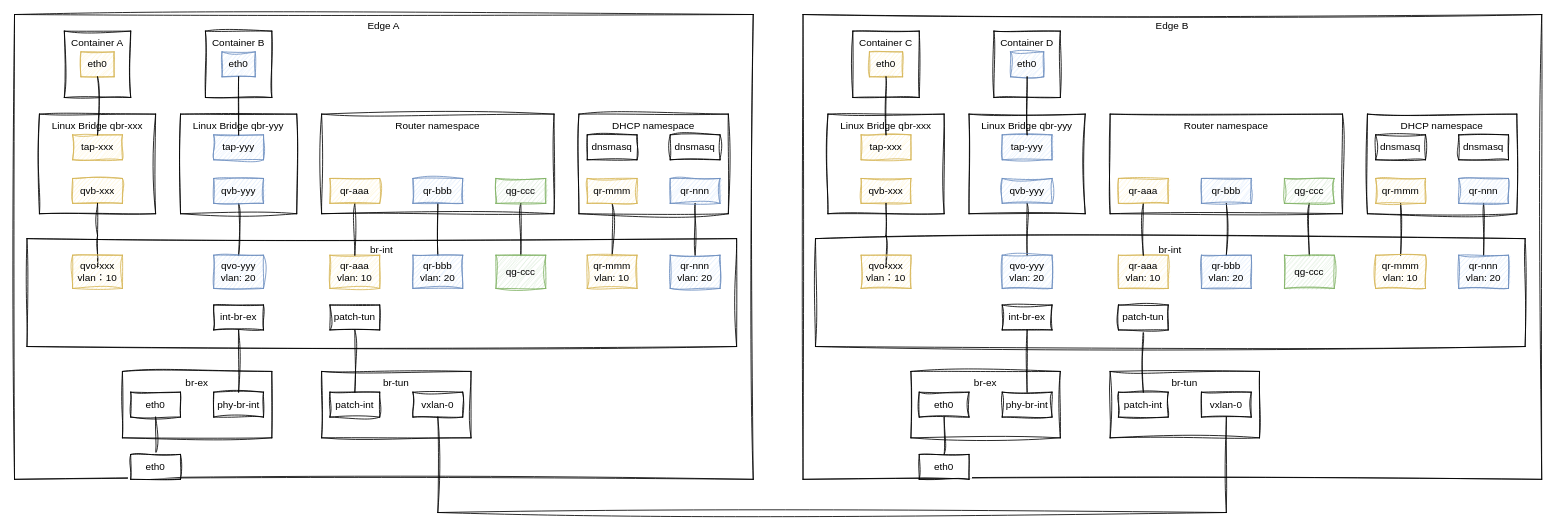
Earlier version of the draw.io diagram page "多节点跨子网" (4 of 5) of 网络虚拟化v2.drawio (wangkuntian/draw). Source tidied: cells renumbered, new cells numbered last; positions are measured from the earlier drawing's top-left corner, leaving out a move shared by most shapes. Both pictures are drawn from the tidied source at 83%, with x=0, y=0 at pixel (14, 14).
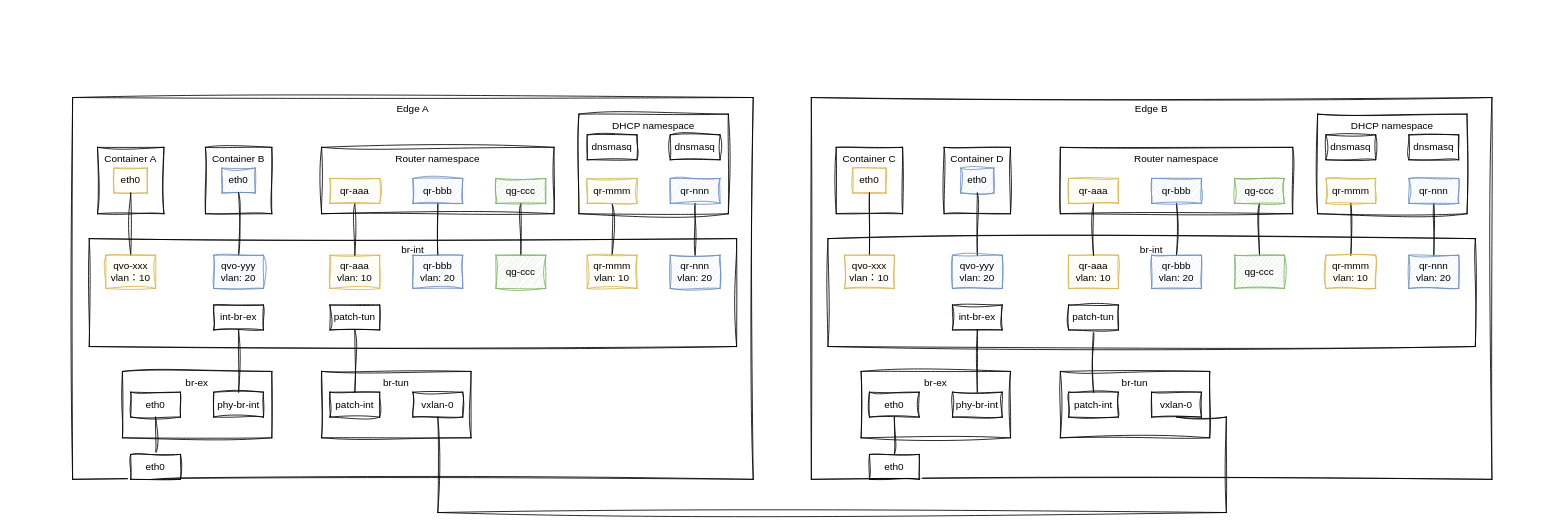
The same page after the edit.

The change refers to these unchanged cells:
```xml
<mxCell id="38" value="qvo-yyy&lt;br&gt;vlan: 20" style="rounded=0;whiteSpace=wrap;html=1;sketch=1;curveFitting=1;jiggle=2;fillColor=#dae8fc;strokeColor=#6c8ebf;" parent="1" vertex="1">
  <mxGeometry x="240" y="290" width="60" height="40" as="geometry" />
</mxCell>
```

Change to the diagram source:
```diff
@@
     <mxCell id="2" value="Edge A" style="rounded=0;whiteSpace=wrap;html=1;verticalAlign=top;sketch=1;curveFitting=1;jiggle=2;fillColor=none;" parent="1" vertex="1">
-      <mxGeometry width="890" height="560" as="geometry" />
+      <mxGeometry x="70" y="100" width="820" height="460" as="geometry" />
     </mxCell>
     <mxCell id="3" value="Container A" style="whiteSpace=wrap;html=1;verticalAlign=top;strokeColor=default;align=center;fontFamily=Helvetica;fontSize=12;fontColor=default;fillColor=none;sketch=1;curveFitting=1;jiggle=2;" parent="1" vertex="1">
-      <mxGeometry x="60" y="20" width="80" height="80" as="geometry" />
+      <mxGeometry x="100" y="160" width="80" height="80" as="geometry" />
     </mxCell>
     <mxCell id="4" value="eth0" style="rounded=0;whiteSpace=wrap;html=1;sketch=1;curveFitting=1;jiggle=2;fillColor=#fff2cc;strokeColor=#d6b656;" parent="1" vertex="1">
-      <mxGeometry x="80" y="45" width="40" height="30" as="geometry" />
+      <mxGeometry x="120" y="185" width="40" height="30" as="geometry" />
     </mxCell>
-    <mxCell id="5" value="Linux Bridge qbr-xxx" style="rounded=0;whiteSpace=wrap;html=1;verticalAlign=top;sketch=1;curveFitting=1;jiggle=2;fillColor=none;" parent="1" vertex="1">
-      <mxGeometry x="30" y="120" width="140" height="120" as="geometry" />
-    </mxCell>
-    <mxCell id="6" value="tap-xxx" style="rounded=0;whiteSpace=wrap;html=1;sketch=1;curveFitting=1;jiggle=2;fillColor=#fff2cc;strokeColor=#d6b656;" parent="1" vertex="1">
-      <mxGeometry x="70" y="145" width="60" height="30" as="geometry" />
-    </mxCell>
-    <mxCell id="7" value="qvb-xxx" style="rounded=0;whiteSpace=wrap;html=1;sketch=1;curveFitting=1;jiggle=2;fillColor=#fff2cc;strokeColor=#d6b656;" parent="1" vertex="1">
-      <mxGeometry x="70" y="197.5" width="60" height="30" as="geometry" />
-    </mxCell>
     <mxCell id="8" value="br-int" style="rounded=0;whiteSpace=wrap;html=1;verticalAlign=top;sketch=1;curveFitting=1;jiggle=2;fillColor=none;" parent="1" vertex="1">
-      <mxGeometry x="15" y="270" width="855" height="130" as="geometry" />
+      <mxGeometry x="90" y="270" width="780" height="130" as="geometry" />
     </mxCell>
@@
     <mxCell id="15" value="Router namespace" style="rounded=0;whiteSpace=wrap;html=1;verticalAlign=top;sketch=1;curveFitting=1;jiggle=2;fillColor=none;" parent="1" vertex="1">
-      <mxGeometry x="370" y="120" width="280" height="120" as="geometry" />
+      <mxGeometry x="370" y="160" width="280" height="80" as="geometry" />
     </mxCell>
@@
-    <mxCell id="24" style="rounded=0;jettySize=auto;html=1;endArrow=none;endFill=1;startFill=0;edgeStyle=orthogonalEdgeStyle;sketch=1;curveFitting=1;jiggle=2;" parent="1" edge="1" source="4" target="6">
-      <mxGeometry relative="1" as="geometry" />
-    </mxCell>
-    <mxCell id="25" style="edgeStyle=orthogonalEdgeStyle;rounded=0;jettySize=auto;html=1;entryX=0.5;entryY=0;entryDx=0;entryDy=0;endArrow=none;startFill=0;sketch=1;curveFitting=1;jiggle=2;" parent="1" edge="1" source="7">
-      <mxGeometry relative="1" as="geometry">
-        <mxPoint x="100" y="305" as="targetPoint" />
-      </mxGeometry>
+    <mxCell id="25" style="edgeStyle=orthogonalEdgeStyle;rounded=0;jettySize=auto;html=1;entryX=0.5;entryY=0;entryDx=0;entryDy=0;endArrow=none;startFill=0;sketch=1;curveFitting=1;jiggle=2;exitX=0.5;exitY=1;exitDx=0;exitDy=0;" parent="1" edge="1" source="4" target="37">
+      <mxGeometry relative="1" as="geometry" />
     </mxCell>
@@
     <mxCell id="30" value="Container B" style="whiteSpace=wrap;html=1;verticalAlign=top;strokeColor=default;align=center;fontFamily=Helvetica;fontSize=12;fontColor=default;fillColor=none;sketch=1;curveFitting=1;jiggle=2;" parent="1" vertex="1">
-      <mxGeometry x="230" y="20" width="80" height="80" as="geometry" />
+      <mxGeometry x="230" y="160" width="80" height="80" as="geometry" />
     </mxCell>
     <mxCell id="31" value="eth0" style="rounded=0;whiteSpace=wrap;html=1;sketch=1;curveFitting=1;jiggle=2;fillColor=#dae8fc;strokeColor=#6c8ebf;" parent="1" vertex="1">
-      <mxGeometry x="250" y="45" width="40" height="30" as="geometry" />
+      <mxGeometry x="250" y="185" width="40" height="30" as="geometry" />
     </mxCell>
-    <mxCell id="32" value="Linux Bridge qbr-yyy" style="rounded=0;whiteSpace=wrap;html=1;verticalAlign=top;sketch=1;curveFitting=1;jiggle=2;fillColor=none;" parent="1" vertex="1">
-      <mxGeometry x="200" y="120" width="140" height="120" as="geometry" />
-    </mxCell>
-    <mxCell id="33" value="tap-yyy" style="rounded=0;whiteSpace=wrap;html=1;sketch=1;curveFitting=1;jiggle=2;fillColor=#dae8fc;strokeColor=#6c8ebf;" parent="1" vertex="1">
-      <mxGeometry x="240" y="145" width="60" height="30" as="geometry" />
-    </mxCell>
-    <mxCell id="34" style="edgeStyle=orthogonalEdgeStyle;rounded=0;jettySize=auto;html=1;endArrow=none;startFill=0;sketch=1;curveFitting=1;jiggle=2;" parent="1" edge="1" source="35" target="38">
+    <mxCell id="34" style="edgeStyle=orthogonalEdgeStyle;rounded=0;jettySize=auto;html=1;endArrow=none;startFill=0;sketch=1;curveFitting=1;jiggle=2;exitX=0.5;exitY=1;exitDx=0;exitDy=0;" parent="1" edge="1" source="31" target="38">
       <mxGeometry relative="1" as="geometry" />
     </mxCell>
-    <mxCell id="35" value="qvb-yyy" style="rounded=0;whiteSpace=wrap;html=1;sketch=1;curveFitting=1;jiggle=2;fillColor=#dae8fc;strokeColor=#6c8ebf;" parent="1" vertex="1">
-      <mxGeometry x="240" y="197.5" width="60" height="30" as="geometry" />
-    </mxCell>
-    <mxCell id="36" style="rounded=0;jettySize=auto;html=1;endArrow=none;endFill=1;startFill=0;edgeStyle=orthogonalEdgeStyle;sketch=1;curveFitting=1;jiggle=2;" parent="1" edge="1" source="31" target="33">
-      <mxGeometry relative="1" as="geometry" />
-    </mxCell>
     <mxCell id="37" value="qvo-xxx&lt;br&gt;vlan：10" style="rounded=0;whiteSpace=wrap;html=1;sketch=1;curveFitting=1;jiggle=2;fillColor=#fff2cc;strokeColor=#d6b656;" parent="1" vertex="1">
-      <mxGeometry x="70" y="290" width="60" height="40" as="geometry" />
+      <mxGeometry x="110" y="290" width="60" height="40" as="geometry" />
     </mxCell>
@@
     <mxCell id="51" value="Edge B" style="rounded=0;whiteSpace=wrap;html=1;verticalAlign=top;sketch=1;curveFitting=1;jiggle=2;fillColor=none;" parent="1" vertex="1">
-      <mxGeometry x="950" width="890" height="560" as="geometry" />
+      <mxGeometry x="960" y="100" width="820" height="460" as="geometry" />
     </mxCell>
     <mxCell id="52" value="Container C" style="whiteSpace=wrap;html=1;verticalAlign=top;strokeColor=default;align=center;fontFamily=Helvetica;fontSize=12;fontColor=default;fillColor=none;sketch=1;curveFitting=1;jiggle=2;" parent="1" vertex="1">
-      <mxGeometry x="1010" y="20" width="80" height="80" as="geometry" />
+      <mxGeometry x="990" y="160" width="80" height="80" as="geometry" />
     </mxCell>
     <mxCell id="53" value="eth0" style="rounded=0;whiteSpace=wrap;html=1;sketch=1;curveFitting=1;jiggle=2;fillColor=#fff2cc;strokeColor=#d6b656;" parent="1" vertex="1">
-      <mxGeometry x="1030" y="45" width="40" height="30" as="geometry" />
+      <mxGeometry x="1010" y="185" width="40" height="30" as="geometry" />
     </mxCell>
-    <mxCell id="54" value="Linux Bridge qbr-xxx" style="rounded=0;whiteSpace=wrap;html=1;verticalAlign=top;sketch=1;curveFitting=1;jiggle=2;fillColor=none;" parent="1" vertex="1">
-      <mxGeometry x="980" y="120" width="140" height="120" as="geometry" />
-    </mxCell>
-    <mxCell id="55" value="tap-xxx" style="rounded=0;whiteSpace=wrap;html=1;sketch=1;curveFitting=1;jiggle=2;fillColor=#fff2cc;strokeColor=#d6b656;" parent="1" vertex="1">
-      <mxGeometry x="1020" y="145" width="60" height="30" as="geometry" />
-    </mxCell>
-    <mxCell id="56" value="qvb-xxx" style="rounded=0;whiteSpace=wrap;html=1;sketch=1;curveFitting=1;jiggle=2;fillColor=#fff2cc;strokeColor=#d6b656;" parent="1" vertex="1">
-      <mxGeometry x="1020" y="197.5" width="60" height="30" as="geometry" />
-    </mxCell>
     <mxCell id="57" value="br-int" style="rounded=0;whiteSpace=wrap;html=1;verticalAlign=top;sketch=1;curveFitting=1;jiggle=2;fillColor=none;" parent="1" vertex="1">
-      <mxGeometry x="965" y="270" width="855" height="130" as="geometry" />
+      <mxGeometry x="980" y="270" width="780" height="130" as="geometry" />
     </mxCell>
     <mxCell id="58" value="DHCP namespace" style="rounded=0;whiteSpace=wrap;html=1;verticalAlign=top;sketch=1;curveFitting=1;jiggle=2;fillColor=none;" parent="1" vertex="1">
-      <mxGeometry x="1630" y="120" width="180" height="120" as="geometry" />
+      <mxGeometry x="1570" y="120" width="180" height="120" as="geometry" />
     </mxCell>
@@
     <mxCell id="60" value="qr-mmm" style="rounded=0;whiteSpace=wrap;html=1;sketch=1;curveFitting=1;jiggle=2;fillColor=#fff2cc;strokeColor=#d6b656;" parent="1" vertex="1">
-      <mxGeometry x="1640" y="197.5" width="60" height="30" as="geometry" />
+      <mxGeometry x="1580" y="197.5" width="60" height="30" as="geometry" />
     </mxCell>
     <mxCell id="61" value="qr-aaa&lt;div&gt;vlan: 10&lt;/div&gt;" style="rounded=0;whiteSpace=wrap;html=1;sketch=1;curveFitting=1;jiggle=2;fillColor=#fff2cc;strokeColor=#d6b656;" parent="1" vertex="1">
-      <mxGeometry x="1330" y="290" width="60" height="40" as="geometry" />
+      <mxGeometry x="1270" y="290" width="60" height="40" as="geometry" />
     </mxCell>
     <mxCell id="62" value="qr-mmm&lt;br&gt;vlan: 10" style="rounded=0;whiteSpace=wrap;html=1;sketch=1;curveFitting=1;jiggle=2;fillColor=#fff2cc;strokeColor=#d6b656;" parent="1" vertex="1">
-      <mxGeometry x="1640" y="290" width="60" height="40" as="geometry" />
+      <mxGeometry x="1580" y="290" width="60" height="40" as="geometry" />
     </mxCell>
     <mxCell id="63" value="dnsmasq" style="rounded=0;whiteSpace=wrap;html=1;sketch=1;curveFitting=1;jiggle=2;" parent="1" vertex="1">
-      <mxGeometry x="1640" y="145" width="60" height="30" as="geometry" />
+      <mxGeometry x="1580" y="145" width="60" height="30" as="geometry" />
     </mxCell>
     <mxCell id="64" value="Router namespace" style="rounded=0;whiteSpace=wrap;html=1;verticalAlign=top;sketch=1;curveFitting=1;jiggle=2;fillColor=none;" parent="1" vertex="1">
-      <mxGeometry x="1320" y="120" width="280" height="120" as="geometry" />
+      <mxGeometry x="1260" y="160" width="280" height="80" as="geometry" />
     </mxCell>
@@
     <mxCell id="66" value="qr-aaa" style="rounded=0;whiteSpace=wrap;html=1;sketch=1;curveFitting=1;jiggle=2;fillColor=#fff2cc;strokeColor=#d6b656;" parent="1" vertex="1">
-      <mxGeometry x="1330" y="197.5" width="60" height="30" as="geometry" />
+      <mxGeometry x="1270" y="197.5" width="60" height="30" as="geometry" />
     </mxCell>
@@
     <mxCell id="68" value="br-tun&lt;div&gt;&lt;br&gt;&lt;/div&gt;" style="rounded=0;whiteSpace=wrap;html=1;verticalAlign=top;sketch=1;curveFitting=1;jiggle=2;fillColor=none;" parent="1" vertex="1">
-      <mxGeometry x="1320" y="430" width="180" height="80" as="geometry" />
+      <mxGeometry x="1260" y="430" width="180" height="80" as="geometry" />
     </mxCell>
     <mxCell id="69" value="br-ex&lt;div&gt;&lt;br&gt;&lt;/div&gt;" style="rounded=0;whiteSpace=wrap;html=1;verticalAlign=top;sketch=1;curveFitting=1;jiggle=2;fillColor=none;" parent="1" vertex="1">
-      <mxGeometry x="1080" y="430" width="180" height="80" as="geometry" />
+      <mxGeometry x="1020" y="430" width="180" height="80" as="geometry" />
     </mxCell>
     <mxCell id="70" value="eth0" style="rounded=0;whiteSpace=wrap;html=1;sketch=1;curveFitting=1;jiggle=2;" parent="1" vertex="1">
-      <mxGeometry x="1090" y="455" width="60" height="30" as="geometry" />
+      <mxGeometry x="1030" y="455" width="60" height="30" as="geometry" />
     </mxCell>
     <mxCell id="71" value="patch-int" style="rounded=0;whiteSpace=wrap;html=1;sketch=1;curveFitting=1;jiggle=2;" parent="1" vertex="1">
-      <mxGeometry x="1330" y="455" width="60" height="30" as="geometry" />
+      <mxGeometry x="1270" y="455" width="60" height="30" as="geometry" />
     </mxCell>
     <mxCell id="72" value="phy-br-int" style="rounded=0;whiteSpace=wrap;html=1;sketch=1;curveFitting=1;jiggle=2;" parent="1" vertex="1">
-      <mxGeometry x="1190" y="455" width="60" height="30" as="geometry" />
+      <mxGeometry x="1130" y="455" width="60" height="30" as="geometry" />
     </mxCell>
-    <mxCell id="73" style="rounded=0;jettySize=auto;html=1;endArrow=none;endFill=1;startFill=0;edgeStyle=orthogonalEdgeStyle;sketch=1;curveFitting=1;jiggle=2;" parent="1" edge="1" source="53" target="55">
-      <mxGeometry relative="1" as="geometry" />
-    </mxCell>
-    <mxCell id="74" style="edgeStyle=orthogonalEdgeStyle;rounded=0;jettySize=auto;html=1;entryX=0.5;entryY=0;entryDx=0;entryDy=0;endArrow=none;startFill=0;sketch=1;curveFitting=1;jiggle=2;" parent="1" edge="1" source="56">
-      <mxGeometry relative="1" as="geometry">
-        <mxPoint x="1050" y="305" as="targetPoint" />
-      </mxGeometry>
+    <mxCell id="74" style="edgeStyle=orthogonalEdgeStyle;rounded=0;jettySize=auto;html=1;entryX=0.5;entryY=0;entryDx=0;entryDy=0;endArrow=none;startFill=0;sketch=1;curveFitting=1;jiggle=2;exitX=0.5;exitY=1;exitDx=0;exitDy=0;" parent="1" edge="1" source="53" target="86">
+      <mxGeometry relative="1" as="geometry" />
     </mxCell>
     <mxCell id="75" value="qr-bbb&lt;div&gt;vlan: 20&lt;/div&gt;" style="rounded=0;whiteSpace=wrap;html=1;sketch=1;curveFitting=1;jiggle=2;fillColor=#dae8fc;strokeColor=#6c8ebf;" parent="1" vertex="1">
-      <mxGeometry x="1430" y="290" width="60" height="40" as="geometry" />
+      <mxGeometry x="1370" y="290" width="60" height="40" as="geometry" />
     </mxCell>
@@
     <mxCell id="77" value="eth0" style="rounded=0;whiteSpace=wrap;html=1;sketch=1;curveFitting=1;jiggle=2;" parent="1" vertex="1">
-      <mxGeometry x="1090" y="530" width="60" height="30" as="geometry" />
+      <mxGeometry x="1030" y="530" width="60" height="30" as="geometry" />
     </mxCell>
     <mxCell id="78" value="vxlan-0" style="rounded=0;whiteSpace=wrap;html=1;sketch=1;curveFitting=1;jiggle=2;" parent="1" vertex="1">
-      <mxGeometry x="1430" y="455" width="60" height="30" as="geometry" />
+      <mxGeometry x="1370" y="455" width="60" height="30" as="geometry" />
     </mxCell>
     <mxCell id="79" value="Container D" style="whiteSpace=wrap;html=1;verticalAlign=top;strokeColor=default;align=center;fontFamily=Helvetica;fontSize=12;fontColor=default;fillColor=none;sketch=1;curveFitting=1;jiggle=2;" parent="1" vertex="1">
-      <mxGeometry x="1180" y="20" width="80" height="80" as="geometry" />
+      <mxGeometry x="1120" y="160" width="80" height="80" as="geometry" />
     </mxCell>
     <mxCell id="80" value="eth0" style="rounded=0;whiteSpace=wrap;html=1;sketch=1;curveFitting=1;jiggle=2;fillColor=#dae8fc;strokeColor=#6c8ebf;" parent="1" vertex="1">
-      <mxGeometry x="1200" y="45" width="40" height="30" as="geometry" />
+      <mxGeometry x="1140" y="185" width="40" height="30" as="geometry" />
     </mxCell>
-    <mxCell id="81" value="Linux Bridge qbr-yyy" style="rounded=0;whiteSpace=wrap;html=1;verticalAlign=top;sketch=1;curveFitting=1;jiggle=2;fillColor=none;" parent="1" vertex="1">
-      <mxGeometry x="1150" y="120" width="140" height="120" as="geometry" />
-    </mxCell>
-    <mxCell id="82" value="tap-yyy" style="rounded=0;whiteSpace=wrap;html=1;sketch=1;curveFitting=1;jiggle=2;fillColor=#dae8fc;strokeColor=#6c8ebf;" parent="1" vertex="1">
-      <mxGeometry x="1190" y="145" width="60" height="30" as="geometry" />
-    </mxCell>
-    <mxCell id="83" style="edgeStyle=orthogonalEdgeStyle;rounded=0;jettySize=auto;html=1;endArrow=none;startFill=0;sketch=1;curveFitting=1;jiggle=2;" parent="1" edge="1" source="84" target="87">
+    <mxCell id="83" style="edgeStyle=orthogonalEdgeStyle;rounded=0;jettySize=auto;html=1;endArrow=none;startFill=0;sketch=1;curveFitting=1;jiggle=2;exitX=0.5;exitY=1;exitDx=0;exitDy=0;" parent="1" edge="1" source="80" target="87">
       <mxGeometry relative="1" as="geometry" />
     </mxCell>
-    <mxCell id="84" value="qvb-yyy" style="rounded=0;whiteSpace=wrap;html=1;sketch=1;curveFitting=1;jiggle=2;fillColor=#dae8fc;strokeColor=#6c8ebf;" parent="1" vertex="1">
-      <mxGeometry x="1190" y="197.5" width="60" height="30" as="geometry" />
-    </mxCell>
-    <mxCell id="85" style="rounded=0;jettySize=auto;html=1;endArrow=none;endFill=1;startFill=0;edgeStyle=orthogonalEdgeStyle;sketch=1;curveFitting=1;jiggle=2;" parent="1" edge="1" source="80" target="82">
-      <mxGeometry relative="1" as="geometry" />
-    </mxCell>
     <mxCell id="86" value="qvo-xxx&lt;br&gt;vlan：10" style="rounded=0;whiteSpace=wrap;html=1;sketch=1;curveFitting=1;jiggle=2;fillColor=#fff2cc;strokeColor=#d6b656;" parent="1" vertex="1">
-      <mxGeometry x="1020" y="290" width="60" height="40" as="geometry" />
+      <mxGeometry x="1000" y="290" width="60" height="40" as="geometry" />
     </mxCell>
     <mxCell id="87" value="qvo-yyy&lt;br&gt;vlan: 20" style="rounded=0;whiteSpace=wrap;html=1;sketch=1;curveFitting=1;jiggle=2;fillColor=#dae8fc;strokeColor=#6c8ebf;" parent="1" vertex="1">
-      <mxGeometry x="1190" y="290" width="60" height="40" as="geometry" />
+      <mxGeometry x="1130" y="290" width="60" height="40" as="geometry" />
     </mxCell>
@@
     <mxCell id="89" value="int-br-ex" style="rounded=0;whiteSpace=wrap;html=1;sketch=1;curveFitting=1;jiggle=2;" parent="1" vertex="1">
-      <mxGeometry x="1190" y="350" width="60" height="30" as="geometry" />
+      <mxGeometry x="1130" y="350" width="60" height="30" as="geometry" />
     </mxCell>
@@
     <mxCell id="91" value="patch-tun" style="rounded=0;whiteSpace=wrap;html=1;sketch=1;curveFitting=1;jiggle=2;" parent="1" vertex="1">
-      <mxGeometry x="1330" y="350" width="60" height="30" as="geometry" />
+      <mxGeometry x="1270" y="350" width="60" height="30" as="geometry" />
     </mxCell>
     <mxCell id="92" value="qr-bbb" style="rounded=0;whiteSpace=wrap;html=1;sketch=1;curveFitting=1;jiggle=2;fillColor=#dae8fc;strokeColor=#6c8ebf;" parent="1" vertex="1">
-      <mxGeometry x="1430" y="197.5" width="60" height="30" as="geometry" />
+      <mxGeometry x="1370" y="197.5" width="60" height="30" as="geometry" />
     </mxCell>
@@
     <mxCell id="94" value="qg-ccc" style="rounded=0;whiteSpace=wrap;html=1;sketch=1;curveFitting=1;jiggle=2;fillColor=#d5e8d4;strokeColor=#82b366;" parent="1" vertex="1">
-      <mxGeometry x="1530" y="197.5" width="60" height="30" as="geometry" />
+      <mxGeometry x="1470" y="197.5" width="60" height="30" as="geometry" />
     </mxCell>
     <mxCell id="95" value="qg-ccc" style="rounded=0;whiteSpace=wrap;html=1;sketch=1;curveFitting=1;jiggle=2;fillColor=#d5e8d4;strokeColor=#82b366;" parent="1" vertex="1">
-      <mxGeometry x="1530" y="290" width="60" height="40" as="geometry" />
+      <mxGeometry x="1470" y="290" width="60" height="40" as="geometry" />
     </mxCell>
@@
     <mxCell id="97" value="qr-nnn" style="rounded=0;whiteSpace=wrap;html=1;sketch=1;curveFitting=1;jiggle=2;fillColor=#dae8fc;strokeColor=#6c8ebf;" parent="1" vertex="1">
-      <mxGeometry x="1740" y="197.5" width="60" height="30" as="geometry" />
+      <mxGeometry x="1680" y="197.5" width="60" height="30" as="geometry" />
     </mxCell>
     <mxCell id="98" value="qr-nnn&lt;div&gt;vlan: 20&lt;/div&gt;" style="rounded=0;whiteSpace=wrap;html=1;sketch=1;curveFitting=1;jiggle=2;fillColor=#dae8fc;strokeColor=#6c8ebf;" parent="1" vertex="1">
-      <mxGeometry x="1740" y="290" width="60" height="40" as="geometry" />
+      <mxGeometry x="1680" y="290" width="60" height="40" as="geometry" />
     </mxCell>
     <mxCell id="99" value="dnsmasq" style="rounded=0;whiteSpace=wrap;html=1;sketch=1;curveFitting=1;jiggle=2;" parent="1" vertex="1">
-      <mxGeometry x="1740" y="145" width="60" height="30" as="geometry" />
+      <mxGeometry x="1680" y="145" width="60" height="30" as="geometry" />
     </mxCell>
```
